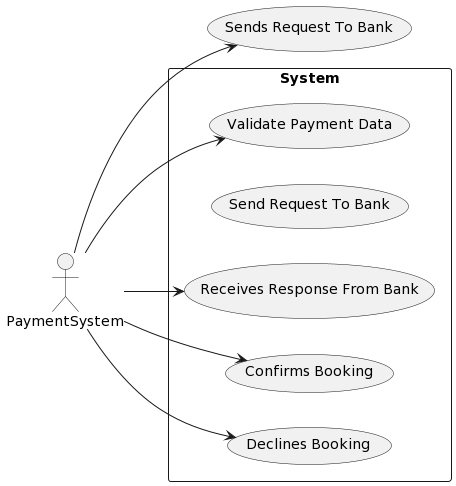
This is docs/diagrams/cases/paymentsystem.png from Mlliot/onlineStoreTemplate, a PlantUML export, as it was before one commit. Its diagram source:
```plantuml
@startuml
left to right direction
actor PaymentSystem
rectangle "System" as system {
  (Validate Payment Data)
  (Send Request To Bank)
  (Receives Response From Bank)
  (Confirms Booking)
  (Declines Booking)
}
PaymentSystem --> (Validate Payment Data)
PaymentSystem --> (Sends Request To Bank)
PaymentSystem --> (Receives Response From Bank)
PaymentSystem --> (Confirms Booking)
PaymentSystem --> (Declines Booking)
@enduml
```
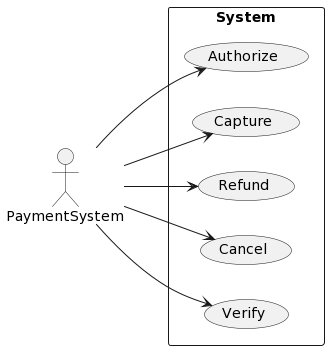
Later version of the same file.

Diff of the diagram source:
```diff
@@ -2,15 +2,15 @@
 left to right direction
 actor PaymentSystem
 rectangle "System" as system {
-  (Validate Payment Data)
-  (Send Request To Bank)
-  (Receives Response From Bank)
-  (Confirms Booking)
-  (Declines Booking)
+  (Authorize)
+  (Capture)
+  (Refund)
+  (Cancel)
+  (Verify)
 }
-PaymentSystem --> (Validate Payment Data)
-PaymentSystem --> (Sends Request To Bank)
-PaymentSystem --> (Receives Response From Bank)
-PaymentSystem --> (Confirms Booking)
-PaymentSystem --> (Declines Booking)
+PaymentSystem --> (Authorize)
+PaymentSystem --> (Capture)
+PaymentSystem --> (Refund)
+PaymentSystem --> (Cancel)
+PaymentSystem --> (Verify)
 @enduml
```
